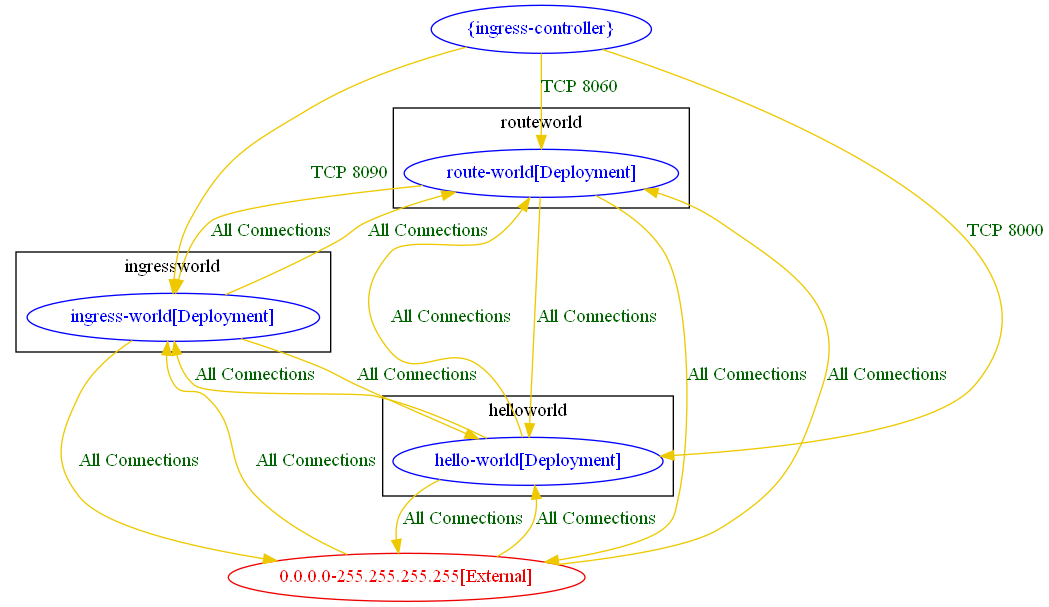
Above: test_outputs/connlist/demo_app_with_routes_and_ingress_connlist_output.dot.png in np-guard/netpol-analyzer (Graphviz), before the change. Its source is kept beside it as test_outputs/connlist/demo_app_with_routes_and_ingress_connlist_output.dot.
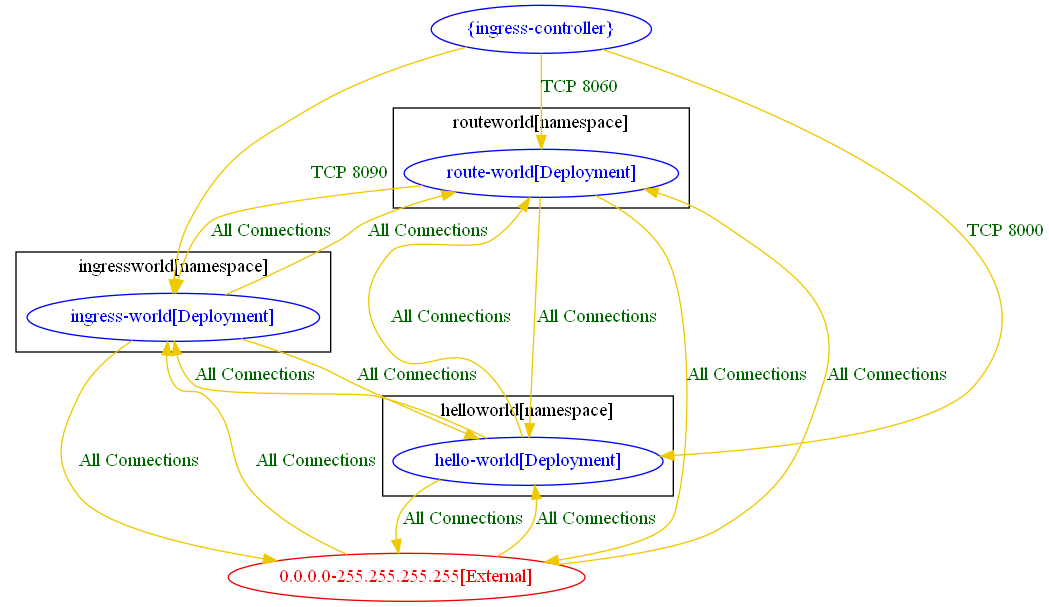
Later version of the same file.

Change to the diagram source:
```diff
@@ -1,21 +1,21 @@
 digraph {
-	subgraph "cluster_helloworld" {
+	subgraph "cluster_helloworld[namespace]" {
 		color="black"
 		fontcolor="black"
 		"helloworld/hello-world[Deployment]" [label="hello-world[Deployment]" color="blue" fontcolor="blue"]
-		label="helloworld"
+		label="helloworld[namespace]"
 	}
-	subgraph "cluster_ingressworld" {
+	subgraph "cluster_ingressworld[namespace]" {
 		color="black"
 		fontcolor="black"
 		"ingressworld/ingress-world[Deployment]" [label="ingress-world[Deployment]" color="blue" fontcolor="blue"]
-		label="ingressworld"
+		label="ingressworld[namespace]"
 	}
-	subgraph "cluster_routeworld" {
+	subgraph "cluster_routeworld[namespace]" {
 		color="black"
 		fontcolor="black"
 		"routeworld/route-world[Deployment]" [label="route-world[Deployment]" color="blue" fontcolor="blue"]
-		label="routeworld"
+		label="routeworld[namespace]"
 	}
 	"0.0.0.0-255.255.255.255[External]" [label="0.0.0.0-255.255.255.255[External]" color="red2" fontcolor="red2"]
 	"{ingress-controller}" [label="{ingress-controller}" color="blue" fontcolor="blue"]
```
